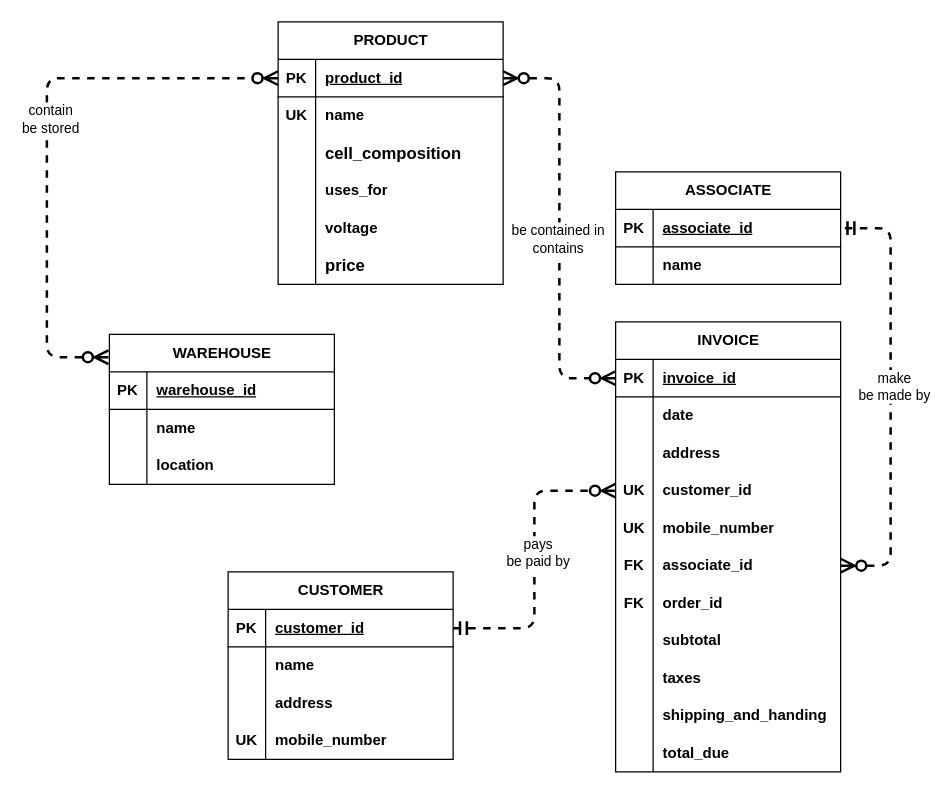
Above: page "Page-2" (1 of 2) of relational-database-design/DB1.drawio in qichendev/assignments (draw.io), before the change. Source tidied: cells renumbered, new cells numbered last; positions are measured from the earlier drawing's top-left corner, leaving out a move shared by most shapes. Both pictures are drawn from the tidied source at 125%, with x=0, y=0 at pixel (46, 21).
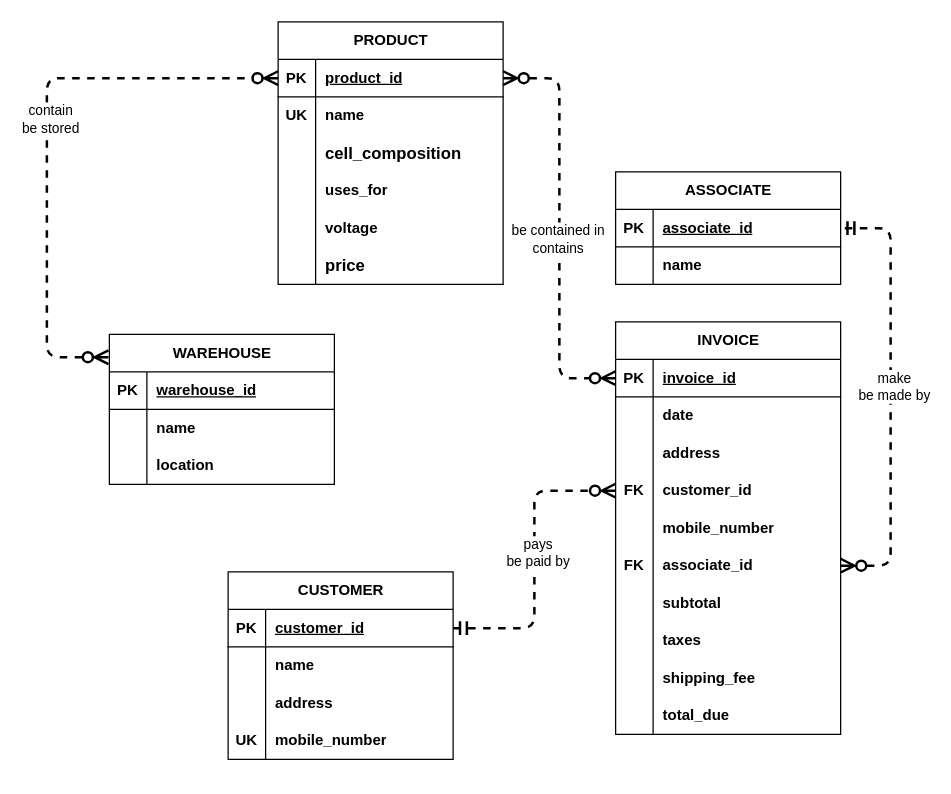
The same diagram, later.

The change refers to these unchanged cells:
```xml
<mxCell id="25" style="shape=tableRow;horizontal=0;startSize=0;swimlaneHead=0;swimlaneBody=0;fillColor=none;points=[[0,0.5],[1,0.5]];portConstraint=eastwest;top=0;left=0;right=0;bottom=0;" parent="15" vertex="1">
  <mxGeometry y="120" width="180" height="30" as="geometry" />
</mxCell>
<mxCell id="28" style="shape=tableRow;horizontal=0;startSize=0;swimlaneHead=0;swimlaneBody=0;fillColor=none;top=0;left=0;right=0;bottom=0;" parent="15" vertex="1">
  <mxGeometry y="150" width="180" height="30" as="geometry" />
</mxCell>
```

What changed in the source:
```diff
@@
     <mxCell id="15" value="INVOICE" style="shape=table;startSize=30;childLayout=tableLayout;rowLines=0;fontStyle=1;align=center;html=1;" parent="1" vertex="1">
-      <mxGeometry x="455" y="240" width="180" height="360" as="geometry" />
+      <mxGeometry x="455" y="240" width="180" height="330" as="geometry" />
     </mxCell>
@@
-    <mxCell id="26" value="UK" style="shape=partialRectangle;fillColor=none;top=0;left=0;bottom=0;right=0;overflow=hidden;whiteSpace=wrap;html=1;fontStyle=1;" parent="25" vertex="1">
+    <mxCell id="26" value="FK" style="shape=partialRectangle;fillColor=none;top=0;left=0;bottom=0;right=0;overflow=hidden;whiteSpace=wrap;html=1;fontStyle=1;" parent="25" vertex="1">
       <mxGeometry width="30" height="30" as="geometry" />
     </mxCell>
@@
-    <mxCell id="29" value="UK" style="shape=partialRectangle;fillColor=none;top=0;left=0;bottom=0;right=0;overflow=hidden;whiteSpace=wrap;html=1;fontStyle=1;" parent="28" vertex="1">
+    <mxCell id="29" style="shape=partialRectangle;fillColor=none;top=0;left=0;bottom=0;right=0;overflow=hidden;whiteSpace=wrap;html=1;fontStyle=1;" parent="28" vertex="1">
       <mxGeometry width="30" height="30" as="geometry" />
     </mxCell>
@@
-    <mxCell id="34" style="shape=tableRow;horizontal=0;startSize=0;swimlaneHead=0;swimlaneBody=0;fillColor=none;top=0;left=0;right=0;bottom=0;" parent="15" vertex="1">
-      <mxGeometry y="210" width="180" height="30" as="geometry" />
-    </mxCell>
-    <mxCell id="35" value="&lt;b&gt;FK&lt;/b&gt;" style="shape=partialRectangle;fillColor=none;top=0;left=0;bottom=0;right=0;overflow=hidden;whiteSpace=wrap;html=1;fontStyle=0;" parent="34" vertex="1">
-      <mxGeometry width="30" height="30" as="geometry" />
-    </mxCell>
-    <mxCell id="36" value="order_id" style="shape=partialRectangle;fillColor=none;top=0;left=0;bottom=0;right=0;align=left;spacingLeft=6;overflow=hidden;whiteSpace=wrap;html=1;fontStyle=1;" parent="34" vertex="1">
-      <mxGeometry x="30" width="150" height="30" as="geometry" />
-    </mxCell>
     <mxCell id="37" style="shape=tableRow;horizontal=0;startSize=0;swimlaneHead=0;swimlaneBody=0;fillColor=none;top=0;left=0;right=0;bottom=0;" parent="15" vertex="1">
-      <mxGeometry y="240" width="180" height="30" as="geometry" />
+      <mxGeometry y="210" width="180" height="30" as="geometry" />
     </mxCell>
@@
     <mxCell id="40" style="shape=tableRow;horizontal=0;startSize=0;swimlaneHead=0;swimlaneBody=0;fillColor=none;top=0;left=0;right=0;bottom=0;" parent="15" vertex="1">
-      <mxGeometry y="270" width="180" height="30" as="geometry" />
+      <mxGeometry y="240" width="180" height="30" as="geometry" />
     </mxCell>
@@
     <mxCell id="43" style="shape=tableRow;horizontal=0;startSize=0;swimlaneHead=0;swimlaneBody=0;fillColor=none;top=0;left=0;right=0;bottom=0;" parent="15" vertex="1">
-      <mxGeometry y="300" width="180" height="30" as="geometry" />
+      <mxGeometry y="270" width="180" height="30" as="geometry" />
     </mxCell>
@@
-    <mxCell id="45" value="shipping_and_handing" style="shape=partialRectangle;fillColor=none;top=0;left=0;bottom=0;right=0;align=left;spacingLeft=6;overflow=hidden;whiteSpace=wrap;html=1;fontStyle=1;" parent="43" vertex="1">
+    <mxCell id="45" value="shipping_fee" style="shape=partialRectangle;fillColor=none;top=0;left=0;bottom=0;right=0;align=left;spacingLeft=6;overflow=hidden;whiteSpace=wrap;html=1;fontStyle=1;" parent="43" vertex="1">
       <mxGeometry x="30" width="150" height="30" as="geometry" />
     </mxCell>
     <mxCell id="46" style="shape=tableRow;horizontal=0;startSize=0;swimlaneHead=0;swimlaneBody=0;fillColor=none;top=0;left=0;right=0;bottom=0;" parent="15" vertex="1">
-      <mxGeometry y="330" width="180" height="30" as="geometry" />
+      <mxGeometry y="300" width="180" height="30" as="geometry" />
     </mxCell>
```
